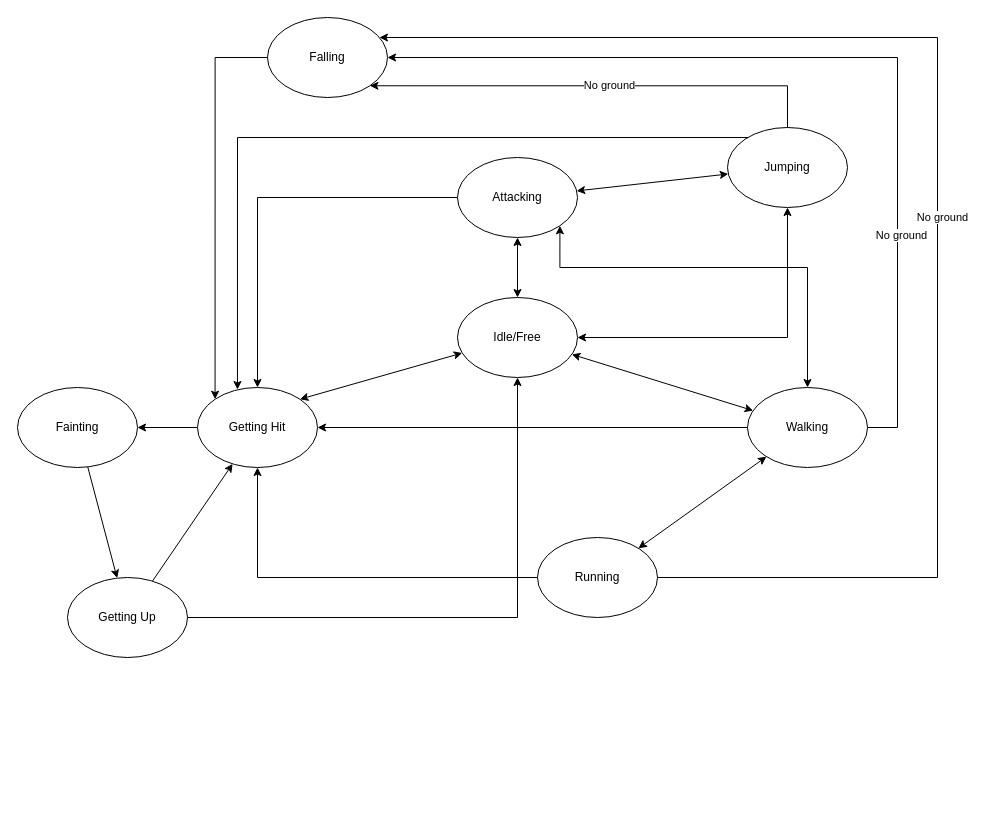
Earlier version of the draw.io diagram Character-States.drawio (RallardM/ThirdPersonFSM). Source tidied: cells renumbered, new cells numbered last; positions are measured from the earlier drawing's top-left corner, leaving out a move shared by most shapes. Both pictures are drawn from the tidied source at 100%, with x=0, y=0 at pixel (17, 17).
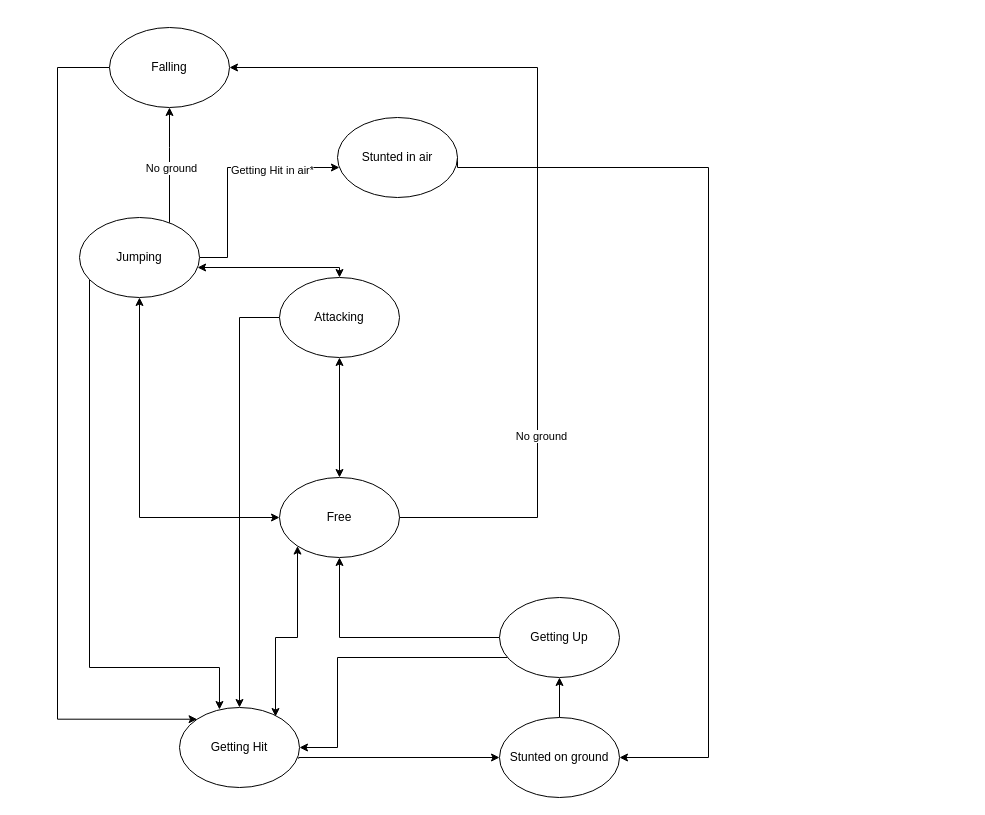
After the change.

Change to the diagram source:
```diff
@@
     <mxCell id="2" style="rounded=0;jettySize=auto;html=1;strokeColor=default;edgeStyle=orthogonalEdgeStyle;" parent="1" edge="1" source="3" target="5">
-      <mxGeometry relative="1" as="geometry" />
+      <mxGeometry relative="1" as="geometry">
+        <Array as="points">
+          <mxPoint x="222" y="300" />
+        </Array>
+      </mxGeometry>
     </mxCell>
     <mxCell id="3" value="Attacking" style="ellipse;whiteSpace=wrap;html=1;" parent="1" vertex="1">
-      <mxGeometry x="440" y="140" width="120" height="80" as="geometry" />
+      <mxGeometry x="262" y="260" width="120" height="80" as="geometry" />
     </mxCell>
-    <mxCell id="4" style="rounded=0;jettySize=auto;html=1;entryX=1;entryY=0.5;entryDx=0;entryDy=0;" parent="1" edge="1" source="5" target="7">
-      <mxGeometry relative="1" as="geometry" />
+    <mxCell id="4" style="rounded=0;jettySize=auto;html=1;entryX=0;entryY=0.5;entryDx=0;entryDy=0;exitX=0.993;exitY=0.64;exitDx=0;exitDy=0;edgeStyle=orthogonalEdgeStyle;exitPerimeter=0;" parent="1" edge="1" source="5" target="7">
+      <mxGeometry relative="1" as="geometry">
+        <Array as="points">
+          <mxPoint x="281" y="740" />
+        </Array>
+      </mxGeometry>
     </mxCell>
     <mxCell id="5" value="Getting Hit" style="ellipse;whiteSpace=wrap;html=1;" parent="1" vertex="1">
-      <mxGeometry x="180" y="370" width="120" height="80" as="geometry" />
+      <mxGeometry x="162" y="690" width="120" height="80" as="geometry" />
     </mxCell>
@@
+    <mxCell id="33" style="edgeStyle=orthogonalEdgeStyle;rounded=0;jettySize=auto;html=1;entryX=1;entryY=0.5;entryDx=0;entryDy=0;endArrow=none;endFill=0;startArrow=classic;startFill=1;" parent="1" edge="1" source="7" target="36">
+      <mxGeometry relative="1" as="geometry">
+        <Array as="points">
+          <mxPoint x="691" y="740" />
+          <mxPoint x="691" y="150" />
+        </Array>
+      </mxGeometry>
+    </mxCell>
-    <mxCell id="7" value="Fainting" style="ellipse;whiteSpace=wrap;html=1;" parent="1" vertex="1">
-      <mxGeometry y="370" width="120" height="80" as="geometry" />
+    <mxCell id="7" value="Stunted on ground" style="ellipse;whiteSpace=wrap;html=1;" parent="1" vertex="1">
+      <mxGeometry x="482" y="700" width="120" height="80" as="geometry" />
     </mxCell>
@@
-    <mxCell id="9" style="rounded=0;jettySize=auto;html=1;" parent="1" edge="1" source="10" target="5">
-      <mxGeometry relative="1" as="geometry" />
+    <mxCell id="9" style="rounded=0;jettySize=auto;html=1;entryX=1;entryY=0.5;entryDx=0;entryDy=0;edgeStyle=orthogonalEdgeStyle;" parent="1" edge="1" source="10" target="5">
+      <mxGeometry relative="1" as="geometry">
+        <Array as="points">
+          <mxPoint x="320" y="640" />
+          <mxPoint x="320" y="730" />
+        </Array>
+      </mxGeometry>
     </mxCell>
     <mxCell id="10" value="Getting Up" style="ellipse;whiteSpace=wrap;html=1;" parent="1" vertex="1">
-      <mxGeometry x="50" y="560" width="120" height="80" as="geometry" />
+      <mxGeometry x="482" y="580" width="120" height="80" as="geometry" />
     </mxCell>
-    <mxCell id="11" style="rounded=0;jettySize=auto;html=1;startArrow=classic;startFill=1;" parent="1" edge="1" source="15" target="3">
-      <mxGeometry relative="1" as="geometry" />
+    <mxCell id="11" style="rounded=0;jettySize=auto;html=1;startArrow=classic;startFill=1;edgeStyle=orthogonalEdgeStyle;" parent="1" edge="1" source="15" target="3">
+      <mxGeometry relative="1" as="geometry">
+        <Array as="points">
+          <mxPoint x="322" y="250" />
+        </Array>
+      </mxGeometry>
     </mxCell>
     <mxCell id="12" style="rounded=0;jettySize=auto;html=1;entryX=0.333;entryY=0.025;entryDx=0;entryDy=0;entryPerimeter=0;edgeStyle=orthogonalEdgeStyle;" parent="1" edge="1" source="15" target="5">
       <mxGeometry relative="1" as="geometry">
         <Array as="points">
-          <mxPoint x="220" y="120" />
+          <mxPoint x="72" y="650" />
+          <mxPoint x="202" y="650" />
         </Array>
       </mxGeometry>
     </mxCell>
-    <mxCell id="13" style="rounded=0;jettySize=auto;html=1;entryX=1;entryY=1;entryDx=0;entryDy=0;edgeStyle=orthogonalEdgeStyle;" parent="1" edge="1" source="15" target="32">
+    <mxCell id="13" style="rounded=0;jettySize=auto;html=1;entryX=0.5;entryY=1;entryDx=0;entryDy=0;edgeStyle=orthogonalEdgeStyle;" parent="1" edge="1" source="15" target="32">
       <mxGeometry relative="1" as="geometry">
         <Array as="points">
-          <mxPoint x="770" y="68" />
+          <mxPoint x="152" y="130" />
+          <mxPoint x="152" y="130" />
         </Array>
       </mxGeometry>
     </mxCell>
@@
+    <mxCell id="34" style="edgeStyle=orthogonalEdgeStyle;rounded=0;jettySize=auto;html=1;" parent="1" edge="1" source="15" target="36">
+      <mxGeometry relative="1" as="geometry">
+        <Array as="points">
+          <mxPoint x="210" y="240" />
+          <mxPoint x="210" y="150" />
+        </Array>
+      </mxGeometry>
+    </mxCell>
+    <mxCell id="35" value="Getting Hit in air*" style="edgeLabel;html=1;align=center;verticalAlign=middle;" parent="34" vertex="1">
+      <mxGeometry x="0.41" y="-2" relative="1" as="geometry" />
+    </mxCell>
     <mxCell id="15" value="Jumping" style="ellipse;whiteSpace=wrap;html=1;" parent="1" vertex="1">
-      <mxGeometry x="710" y="110" width="120" height="80" as="geometry" />
+      <mxGeometry x="62" y="200" width="120" height="80" as="geometry" />
     </mxCell>
-    <mxCell id="16" style="rounded=0;jettySize=auto;html=1;entryX=1;entryY=0;entryDx=0;entryDy=0;endArrow=classic;endFill=1;startArrow=classic;startFill=1;" parent="1" edge="1" source="20" target="5">
-      <mxGeometry relative="1" as="geometry" />
+    <mxCell id="16" style="rounded=0;jettySize=auto;html=1;entryX=0.8;entryY=0.113;entryDx=0;entryDy=0;endArrow=classic;endFill=1;startArrow=classic;startFill=1;edgeStyle=orthogonalEdgeStyle;entryPerimeter=0;" parent="1" edge="1" source="20" target="5">
+      <mxGeometry relative="1" as="geometry">
+        <Array as="points">
+          <mxPoint x="280" y="620" />
+          <mxPoint x="258" y="620" />
+        </Array>
+      </mxGeometry>
     </mxCell>
@@
-    <mxCell id="18" style="rounded=0;jettySize=auto;html=1;startArrow=classic;startFill=1;" parent="1" edge="1" source="20" target="3">
+    <mxCell id="18" style="edgeStyle=orthogonalEdgeStyle;rounded=0;jettySize=auto;html=1;entryX=0.5;entryY=1;entryDx=0;entryDy=0;startArrow=classic;startFill=1;" parent="1" edge="1" source="20" target="3">
       <mxGeometry relative="1" as="geometry" />
     </mxCell>
-    <mxCell id="19" style="rounded=0;jettySize=auto;html=1;startArrow=classic;startFill=1;" parent="1" edge="1" source="20" target="26">
-      <mxGeometry relative="1" as="geometry" />
-    </mxCell>
-    <mxCell id="20" value="Idle/Free" style="ellipse;whiteSpace=wrap;html=1;" parent="1" vertex="1">
-      <mxGeometry x="440" y="280" width="120" height="80" as="geometry" />
+    <mxCell id="20" value="Free" style="ellipse;whiteSpace=wrap;html=1;" parent="1" vertex="1">
+      <mxGeometry x="262" y="460" width="120" height="80" as="geometry" />
     </mxCell>
-    <mxCell id="21" style="rounded=0;jettySize=auto;html=1;startArrow=classic;startFill=1;" parent="1" edge="1" source="26" target="30">
-      <mxGeometry relative="1" as="geometry" />
-    </mxCell>
-    <mxCell id="22" style="rounded=0;jettySize=auto;html=1;entryX=1;entryY=0.5;entryDx=0;entryDy=0;startArrow=none;startFill=0;" parent="1" edge="1" source="26" target="5">
-      <mxGeometry relative="1" as="geometry" />
-    </mxCell>
-    <mxCell id="23" style="rounded=0;jettySize=auto;html=1;entryX=1;entryY=1;entryDx=0;entryDy=0;startArrow=classic;startFill=1;edgeStyle=orthogonalEdgeStyle;" parent="1" edge="1" source="26" target="3">
-      <mxGeometry relative="1" as="geometry">
-        <Array as="points">
-          <mxPoint x="790" y="250" />
-          <mxPoint x="542" y="250" />
-        </Array>
-      </mxGeometry>
-    </mxCell>
-    <mxCell id="24" style="edgeStyle=orthogonalEdgeStyle;rounded=0;jettySize=auto;html=1;entryX=1;entryY=0.5;entryDx=0;entryDy=0;" parent="1" edge="1" source="26" target="32">
+    <mxCell id="24" style="edgeStyle=orthogonalEdgeStyle;rounded=0;jettySize=auto;html=1;entryX=1;entryY=0.5;entryDx=0;entryDy=0;exitX=1;exitY=0.5;exitDx=0;exitDy=0;" parent="1" edge="1" source="20" target="32">
       <mxGeometry relative="1" as="geometry">
         <Array as="points">
-          <mxPoint x="880" y="410" />
-          <mxPoint x="880" y="40" />
+          <mxPoint x="520" y="500" />
+          <mxPoint x="520" y="50" />
         </Array>
       </mxGeometry>
     </mxCell>
@@
-    <mxCell id="26" value="Walking" style="ellipse;whiteSpace=wrap;html=1;" parent="1" vertex="1">
-      <mxGeometry x="730" y="370" width="120" height="80" as="geometry" />
-    </mxCell>
-    <mxCell id="27" style="rounded=0;jettySize=auto;html=1;entryX=0.5;entryY=1;entryDx=0;entryDy=0;edgeStyle=orthogonalEdgeStyle;" parent="1" edge="1" source="30" target="5">
-      <mxGeometry relative="1" as="geometry">
-        <Array as="points">
-          <mxPoint x="240" y="560" />
-        </Array>
-      </mxGeometry>
-    </mxCell>
-    <mxCell id="28" style="edgeStyle=orthogonalEdgeStyle;rounded=0;jettySize=auto;html=1;exitX=1;exitY=0.5;exitDx=0;exitDy=0;" parent="1" edge="1" source="30" target="32">
-      <mxGeometry relative="1" as="geometry">
-        <Array as="points">
-          <mxPoint x="920" y="560" />
-          <mxPoint x="920" y="20" />
-        </Array>
-      </mxGeometry>
-    </mxCell>
-    <mxCell id="29" value="No ground" style="edgeLabel;html=1;align=center;verticalAlign=middle;" parent="28" vertex="1">
-      <mxGeometry x="-0.07" y="-4" relative="1" as="geometry" />
-    </mxCell>
-    <mxCell id="30" value="Running" style="ellipse;whiteSpace=wrap;html=1;" parent="1" vertex="1">
-      <mxGeometry x="520" y="520" width="120" height="80" as="geometry" />
-    </mxCell>
     <mxCell id="31" style="rounded=0;jettySize=auto;html=1;entryX=0;entryY=0;entryDx=0;entryDy=0;edgeStyle=orthogonalEdgeStyle;" parent="1" edge="1" source="32" target="5">
       <mxGeometry relative="1" as="geometry">
         <Array as="points">
-          <mxPoint x="198" y="40" />
+          <mxPoint x="40" y="50" />
         </Array>
       </mxGeometry>
     </mxCell>
     <mxCell id="32" value="Falling" style="ellipse;whiteSpace=wrap;html=1;" parent="1" vertex="1">
-      <mxGeometry x="250" width="120" height="80" as="geometry" />
+      <mxGeometry x="92" y="10" width="120" height="80" as="geometry" />
     </mxCell>
+    <mxCell id="36" value="Stunted in air" style="ellipse;whiteSpace=wrap;html=1;" parent="1" vertex="1">
+      <mxGeometry x="320" y="100" width="120" height="80" as="geometry" />
+    </mxCell>
```
